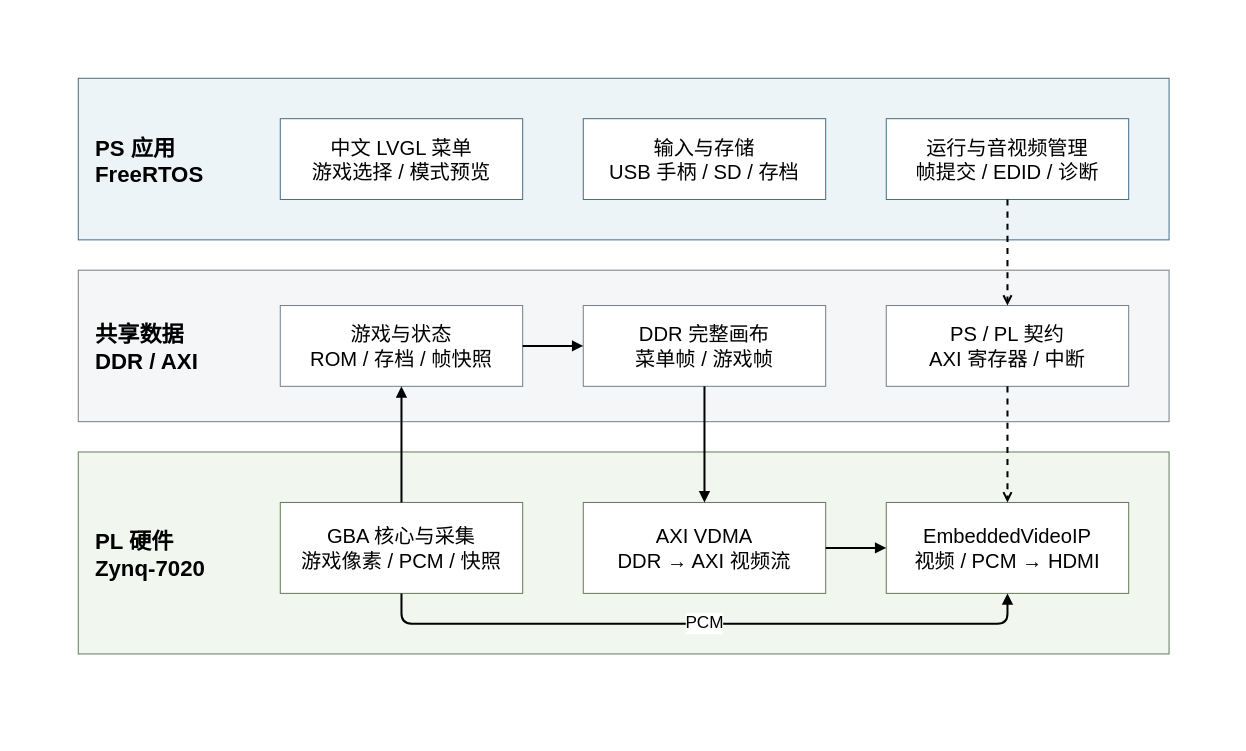
Above: docs/architecture/gba-overview.drawio in ArthurPan2026/GBA-Zynq7020 (draw.io), before the change. Source tidied: cells renumbered, new cells numbered last; positions are measured from the earlier drawing's top-left corner, leaving out a move shared by most shapes. Both pictures are drawn from the tidied source at 101%, with x=0, y=0 at pixel (17, 17).
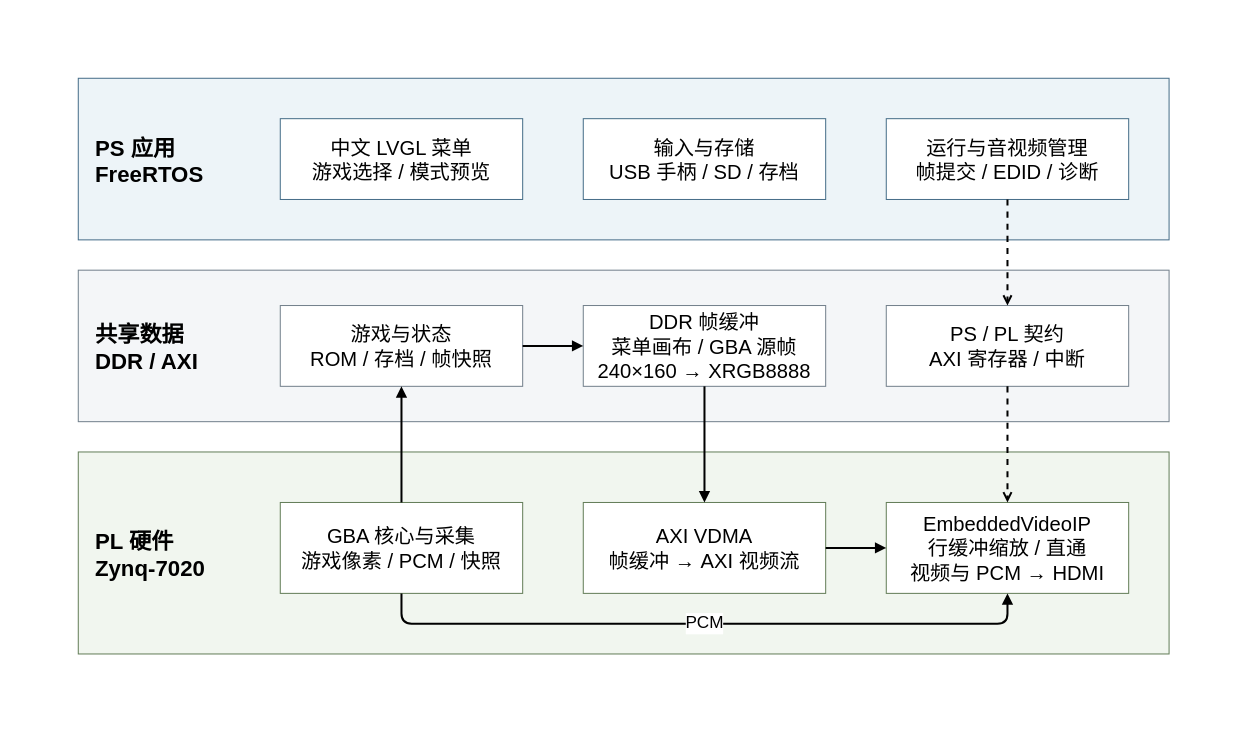
The same page after the edit.

Diff of the diagram source:
```diff
@@
-    <mxCell id="13" value="DDR 完整画布&#10;菜单帧 / 游戏帧" style="rounded=0;whiteSpace=wrap;html=1;fontFamily=Microsoft YaHei;fontSize=20;fillColor=#ffffff;strokeColor=#73808c;" parent="1" vertex="1">
+    <mxCell id="13" value="DDR 帧缓冲&#10;菜单画布 / GBA 源帧&#10;240×160 → XRGB8888" style="rounded=0;whiteSpace=wrap;html=1;fontFamily=Microsoft YaHei;fontSize=20;fillColor=#ffffff;strokeColor=#73808c;" parent="1" vertex="1">
       <mxGeometry x="560" y="285" width="240" height="80" as="geometry" />
     </mxCell>
@@
-    <mxCell id="16" value="AXI VDMA&#10;DDR → AXI 视频流" style="rounded=0;whiteSpace=wrap;html=1;fontFamily=Microsoft YaHei;fontSize=20;fillColor=#ffffff;strokeColor=#637d58;" parent="1" vertex="1">
+    <mxCell id="16" value="AXI VDMA&#10;帧缓冲 → AXI 视频流" style="rounded=0;whiteSpace=wrap;html=1;fontFamily=Microsoft YaHei;fontSize=20;fillColor=#ffffff;strokeColor=#637d58;" parent="1" vertex="1">
       <mxGeometry x="560" y="480" width="240" height="90" as="geometry" />
     </mxCell>
-    <mxCell id="17" value="EmbeddedVideoIP&#10;视频 / PCM → HDMI" style="rounded=0;whiteSpace=wrap;html=1;fontFamily=Microsoft YaHei;fontSize=20;fillColor=#ffffff;strokeColor=#637d58;" parent="1" vertex="1">
+    <mxCell id="17" value="EmbeddedVideoIP&#10;行缓冲缩放 / 直通&#10;视频与 PCM → HDMI" style="rounded=0;whiteSpace=wrap;html=1;fontFamily=Microsoft YaHei;fontSize=20;fillColor=#ffffff;strokeColor=#637d58;" parent="1" vertex="1">
       <mxGeometry x="860" y="480" width="240" height="90" as="geometry" />
     </mxCell>
```
